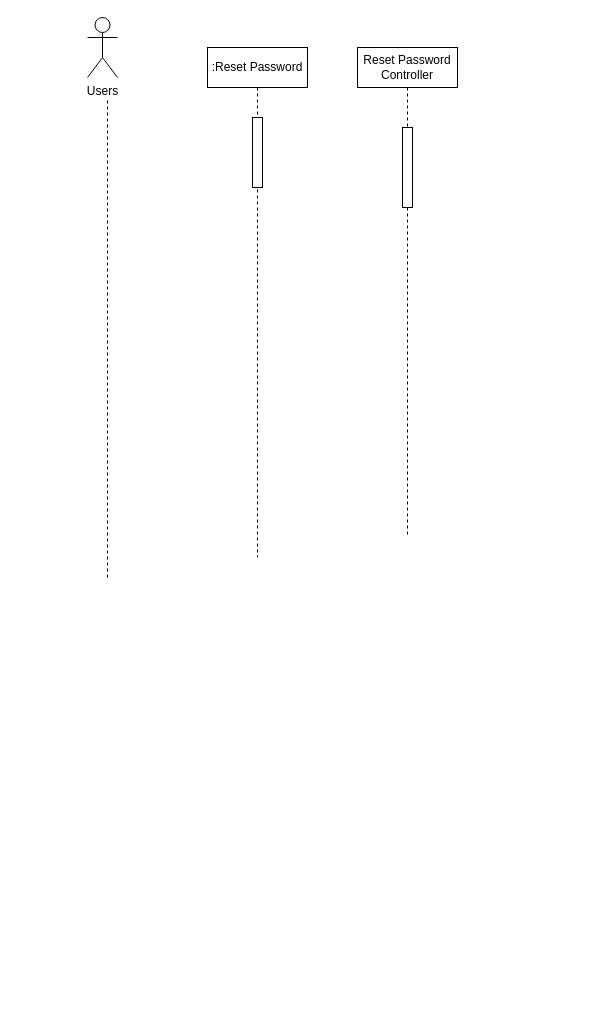
shamim36/Final-Defence-Diagram keeps this draw.io diagram as page "Reset Password" (4 of 15) of Sequence Diagram.drawio. Above is the earlier version. Source tidied: cells renumbered, new cells numbered last; positions are measured from the earlier drawing's top-left corner, leaving out a move shared by most shapes. Both pictures are drawn from the tidied source at 100%, with x=0, y=0 at pixel (87, 17).
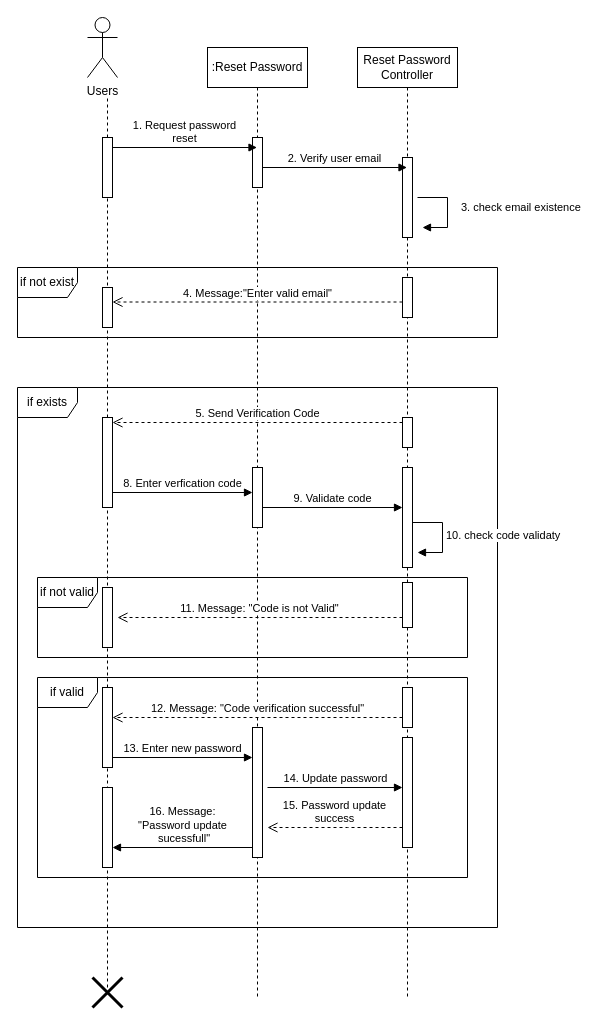
After the change.

The edit, as a diff of the source:
```diff
@@
     <mxCell id="2" value=":Reset Password" style="shape=umlLifeline;perimeter=lifelinePerimeter;whiteSpace=wrap;html=1;outlineConnect=0;portConstraint=eastwest;newEdgeStyle={&quot;edgeStyle&quot;:&quot;elbowEdgeStyle&quot;,&quot;elbow&quot;:&quot;vertical&quot;,&quot;curved&quot;:0,&quot;rounded&quot;:0};" parent="1" vertex="1">
-      <mxGeometry x="120" y="30" width="100" height="510" as="geometry" />
+      <mxGeometry x="120" y="30" width="100" height="950" as="geometry" />
     </mxCell>
     <mxCell id="3" style="html=1;perimeter=orthogonalPerimeter;targetShapes=umlLifeline;newEdgeStyle={&quot;edgeStyle&quot;:&quot;elbowEdgeStyle&quot;,&quot;elbow&quot;:&quot;vertical&quot;,&quot;curved&quot;:0,&quot;rounded&quot;:0};" parent="2" vertex="1">
-      <mxGeometry x="45" y="70" width="10" height="70" as="geometry" />
+      <mxGeometry x="45" y="90" width="10" height="50" as="geometry" />
     </mxCell>
     <mxCell id="4" value="Reset Password&lt;div&gt;Controller&lt;/div&gt;" style="shape=umlLifeline;perimeter=lifelinePerimeter;whiteSpace=wrap;html=1;newEdgeStyle={&quot;edgeStyle&quot;:&quot;elbowEdgeStyle&quot;,&quot;elbow&quot;:&quot;vertical&quot;,&quot;curved&quot;:0,&quot;rounded&quot;:0};" parent="1" vertex="1">
-      <mxGeometry x="270" y="30" width="100" height="490" as="geometry" />
+      <mxGeometry x="270" y="30" width="100" height="950" as="geometry" />
     </mxCell>
     <mxCell id="5" style="html=1;perimeter=orthogonalPerimeter;targetShapes=umlLifeline;newEdgeStyle={&quot;edgeStyle&quot;:&quot;elbowEdgeStyle&quot;,&quot;elbow&quot;:&quot;vertical&quot;,&quot;curved&quot;:0,&quot;rounded&quot;:0};" parent="4" vertex="1">
-      <mxGeometry x="45" y="80" width="10" height="80" as="geometry" />
+      <mxGeometry x="45" y="110" width="10" height="80" as="geometry" />
     </mxCell>
@@
-    <mxCell id="7" style="endArrow=none;dashed=1;html=1;rounded=0;" parent="1" edge="1">
+    <mxCell id="7" style="endArrow=none;dashed=1;html=1;rounded=0;" parent="1" edge="1" source="9">
       <mxGeometry relative="1" as="geometry">
-        <mxPoint x="20" y="560" as="sourcePoint" />
         <mxPoint x="20" y="80" as="targetPoint" />
       </mxGeometry>
     </mxCell>
+    <mxCell id="8" style="endArrow=none;dashed=1;html=1;rounded=0;" parent="1" edge="1" target="9">
+      <mxGeometry relative="1" as="geometry">
+        <mxPoint x="20" y="970" as="sourcePoint" />
+      </mxGeometry>
+    </mxCell>
+    <mxCell id="9" style="html=1;points=[[0,0,0,0,5],[0,1,0,0,-5],[1,0,0,0,5],[1,1,0,0,-5]];perimeter=orthogonalPerimeter;outlineConnect=0;targetShapes=umlLifeline;portConstraint=eastwest;newEdgeStyle={&quot;curved&quot;:0,&quot;rounded&quot;:0};" parent="1" vertex="1">
+      <mxGeometry x="15" y="120" width="10" height="60" as="geometry" />
+    </mxCell>
+    <mxCell id="10" value="1. Request password&lt;div&gt;reset&lt;/div&gt;" style="html=1;verticalAlign=bottom;endArrow=block;curved=0;rounded=0;" parent="1" edge="1" target="2">
+      <mxGeometry relative="1" as="geometry">
+        <mxPoint x="25" y="130" as="sourcePoint" />
+      </mxGeometry>
+    </mxCell>
+    <mxCell id="11" value="2. Verify user email" style="html=1;verticalAlign=bottom;endArrow=block;curved=0;rounded=0;" parent="1" edge="1">
+      <mxGeometry relative="1" as="geometry">
+        <mxPoint x="175" y="150" as="sourcePoint" />
+        <mxPoint x="319.5" y="150" as="targetPoint" />
+      </mxGeometry>
+    </mxCell>
+    <mxCell id="12" value="3. check email existence" style="html=1;align=left;spacingLeft=2;endArrow=block;rounded=0;edgeStyle=orthogonalEdgeStyle;curved=0;rounded=0;" parent="1" edge="1">
+      <mxGeometry x="-0.06" y="10" relative="1" as="geometry">
+        <mxPoint x="330" y="180" as="sourcePoint" />
+        <mxPoint x="335" y="210" as="targetPoint" />
+        <Array as="points">
+          <mxPoint x="360" y="210" />
+        </Array>
+      </mxGeometry>
+    </mxCell>
+    <mxCell id="13" value="if not exist" style="shape=umlFrame;whiteSpace=wrap;html=1;" parent="1" vertex="1">
+      <mxGeometry x="-70" y="250" width="480" height="70" as="geometry" />
+    </mxCell>
+    <mxCell id="14" style="html=1;perimeter=orthogonalPerimeter;targetShapes=umlLifeline;newEdgeStyle={&quot;curved&quot;:0,&quot;rounded&quot;:0};" parent="1" vertex="1">
+      <mxGeometry x="315" y="260" width="10" height="40" as="geometry" />
+    </mxCell>
+    <mxCell id="15" value="4. Message:&quot;Enter valid email&quot;" style="html=1;verticalAlign=bottom;endArrow=open;dashed=1;endSize=8;curved=0;rounded=0;" parent="1" edge="1" target="16">
+      <mxGeometry relative="1" as="geometry">
+        <mxPoint x="315" y="284.5" as="sourcePoint" />
+      </mxGeometry>
+    </mxCell>
+    <mxCell id="16" style="html=1;points=[[0,0,0,0,5],[0,1,0,0,-5],[1,0,0,0,5],[1,1,0,0,-5]];perimeter=orthogonalPerimeter;outlineConnect=0;targetShapes=umlLifeline;portConstraint=eastwest;newEdgeStyle={&quot;curved&quot;:0,&quot;rounded&quot;:0};" parent="1" vertex="1">
+      <mxGeometry x="15" y="270" width="10" height="40" as="geometry" />
+    </mxCell>
+    <mxCell id="17" value="if exists" style="shape=umlFrame;whiteSpace=wrap;html=1;" parent="1" vertex="1">
+      <mxGeometry x="-70" y="370" width="480" height="540" as="geometry" />
+    </mxCell>
+    <mxCell id="18" style="html=1;points=[[0,0,0,0,5],[0,1,0,0,-5],[1,0,0,0,5],[1,1,0,0,-5]];perimeter=orthogonalPerimeter;outlineConnect=0;targetShapes=umlLifeline;portConstraint=eastwest;newEdgeStyle={&quot;curved&quot;:0,&quot;rounded&quot;:0};" parent="1" vertex="1">
+      <mxGeometry x="315" y="400" width="10" height="30" as="geometry" />
+    </mxCell>
+    <mxCell id="19" value="5. Send Verification Code" style="html=1;verticalAlign=bottom;endArrow=open;dashed=1;endSize=8;curved=0;rounded=0;entryX=1;entryY=0;entryDx=0;entryDy=5;entryPerimeter=0;" parent="1" edge="1" source="18" target="20">
+      <mxGeometry relative="1" as="geometry" />
+    </mxCell>
+    <mxCell id="20" style="html=1;points=[[0,0,0,0,5],[0,1,0,0,-5],[1,0,0,0,5],[1,1,0,0,-5]];perimeter=orthogonalPerimeter;outlineConnect=0;targetShapes=umlLifeline;portConstraint=eastwest;newEdgeStyle={&quot;curved&quot;:0,&quot;rounded&quot;:0};" parent="1" vertex="1">
+      <mxGeometry x="15" y="400" width="10" height="90" as="geometry" />
+    </mxCell>
+    <mxCell id="21" value="8. Enter verfication code" style="html=1;verticalAlign=bottom;endArrow=block;curved=0;rounded=0;" parent="1" edge="1" target="22">
+      <mxGeometry relative="1" as="geometry">
+        <mxPoint x="25" y="475" as="sourcePoint" />
+      </mxGeometry>
+    </mxCell>
+    <mxCell id="22" style="html=1;points=[[0,0,0,0,5],[0,1,0,0,-5],[1,0,0,0,5],[1,1,0,0,-5]];perimeter=orthogonalPerimeter;outlineConnect=0;targetShapes=umlLifeline;portConstraint=eastwest;newEdgeStyle={&quot;curved&quot;:0,&quot;rounded&quot;:0};" parent="1" vertex="1">
+      <mxGeometry x="165" y="450" width="10" height="60" as="geometry" />
+    </mxCell>
+    <mxCell id="23" style="html=1;perimeter=orthogonalPerimeter;targetShapes=umlLifeline;newEdgeStyle={&quot;curved&quot;:0,&quot;rounded&quot;:0};" parent="1" vertex="1">
+      <mxGeometry x="315" y="450" width="10" height="100" as="geometry" />
+    </mxCell>
+    <mxCell id="24" value="9. Validate code" style="html=1;verticalAlign=bottom;endArrow=block;curved=0;rounded=0;" parent="1" edge="1">
+      <mxGeometry relative="1" as="geometry">
+        <mxPoint x="175" y="490" as="sourcePoint" />
+        <mxPoint x="315" y="490" as="targetPoint" />
+      </mxGeometry>
+    </mxCell>
+    <mxCell id="25" value="10. check code validaty" style="html=1;align=left;spacingLeft=2;endArrow=block;rounded=0;edgeStyle=orthogonalEdgeStyle;curved=0;rounded=0;" parent="1" edge="1">
+      <mxGeometry relative="1" as="geometry">
+        <mxPoint x="325" y="505" as="sourcePoint" />
+        <mxPoint x="330" y="535" as="targetPoint" />
+        <Array as="points">
+          <mxPoint x="355" y="535" />
+        </Array>
+      </mxGeometry>
+    </mxCell>
+    <mxCell id="26" value="if not valid" style="shape=umlFrame;whiteSpace=wrap;html=1;" parent="1" vertex="1">
+      <mxGeometry x="-50" y="560" width="430" height="80" as="geometry" />
+    </mxCell>
+    <mxCell id="27" style="html=1;points=[[0,0,0,0,5],[0,1,0,0,-5],[1,0,0,0,5],[1,1,0,0,-5]];perimeter=orthogonalPerimeter;outlineConnect=0;targetShapes=umlLifeline;portConstraint=eastwest;newEdgeStyle={&quot;curved&quot;:0,&quot;rounded&quot;:0};" parent="1" vertex="1">
+      <mxGeometry x="315" y="565" width="10" height="45" as="geometry" />
+    </mxCell>
+    <mxCell id="28" style="html=1;perimeter=orthogonalPerimeter;targetShapes=umlLifeline;newEdgeStyle={&quot;curved&quot;:0,&quot;rounded&quot;:0};" parent="1" vertex="1">
+      <mxGeometry x="15" y="570" width="10" height="60" as="geometry" />
+    </mxCell>
+    <mxCell id="29" value="if valid" style="shape=umlFrame;whiteSpace=wrap;html=1;" parent="1" vertex="1">
+      <mxGeometry x="-50" y="660" width="430" height="200" as="geometry" />
+    </mxCell>
+    <mxCell id="30" style="html=1;perimeter=orthogonalPerimeter;targetShapes=umlLifeline;newEdgeStyle={&quot;curved&quot;:0,&quot;rounded&quot;:0};" parent="1" vertex="1">
+      <mxGeometry x="315" y="670" width="10" height="40" as="geometry" />
+    </mxCell>
+    <mxCell id="31" style="html=1;points=[[0,0,0,0,5],[0,1,0,0,-5],[1,0,0,0,5],[1,1,0,0,-5]];perimeter=orthogonalPerimeter;outlineConnect=0;targetShapes=umlLifeline;portConstraint=eastwest;newEdgeStyle={&quot;curved&quot;:0,&quot;rounded&quot;:0};" parent="1" vertex="1">
+      <mxGeometry x="15" y="670" width="10" height="80" as="geometry" />
+    </mxCell>
+    <mxCell id="32" value="12. Message: &quot;Code verification successful&quot;" style="html=1;verticalAlign=bottom;endArrow=open;dashed=1;endSize=8;curved=0;rounded=0;" parent="1" edge="1" target="31">
+      <mxGeometry relative="1" as="geometry">
+        <mxPoint x="315" y="700" as="sourcePoint" />
+      </mxGeometry>
+    </mxCell>
+    <mxCell id="33" value="11. Message: &quot;Code is not Valid&quot;" style="html=1;verticalAlign=bottom;endArrow=open;dashed=1;endSize=8;curved=0;rounded=0;" parent="1" edge="1" source="27">
+      <mxGeometry relative="1" as="geometry">
+        <mxPoint x="30" y="600" as="targetPoint" />
+      </mxGeometry>
+    </mxCell>
+    <mxCell id="34" style="html=1;perimeter=orthogonalPerimeter;targetShapes=umlLifeline;newEdgeStyle={&quot;curved&quot;:0,&quot;rounded&quot;:0};" parent="1" vertex="1">
+      <mxGeometry x="165" y="710" width="10" height="130" as="geometry" />
+    </mxCell>
+    <mxCell id="35" value="13. Enter new password" style="html=1;verticalAlign=bottom;endArrow=block;curved=0;rounded=0;" parent="1" edge="1">
+      <mxGeometry relative="1" as="geometry">
+        <mxPoint x="25" y="740" as="sourcePoint" />
+        <mxPoint x="165" y="740" as="targetPoint" />
+      </mxGeometry>
+    </mxCell>
+    <mxCell id="36" style="html=1;points=[[0,0,0,0,5],[0,1,0,0,-5],[1,0,0,0,5],[1,1,0,0,-5]];perimeter=orthogonalPerimeter;outlineConnect=0;targetShapes=umlLifeline;portConstraint=eastwest;newEdgeStyle={&quot;curved&quot;:0,&quot;rounded&quot;:0};" parent="1" vertex="1">
+      <mxGeometry x="315" y="720" width="10" height="110" as="geometry" />
+    </mxCell>
+    <mxCell id="37" value="14. Update password" style="html=1;verticalAlign=bottom;endArrow=block;curved=0;rounded=0;" parent="1" edge="1" target="36">
+      <mxGeometry relative="1" as="geometry">
+        <mxPoint x="180" y="770" as="sourcePoint" />
+      </mxGeometry>
+    </mxCell>
+    <mxCell id="38" style="html=1;perimeter=orthogonalPerimeter;targetShapes=umlLifeline;newEdgeStyle={&quot;curved&quot;:0,&quot;rounded&quot;:0};" parent="1" vertex="1">
+      <mxGeometry x="15" y="770" width="10" height="80" as="geometry" />
+    </mxCell>
+    <mxCell id="39" value="15. Password update&lt;div&gt;success&lt;/div&gt;" style="html=1;verticalAlign=bottom;endArrow=open;dashed=1;endSize=8;curved=0;rounded=0;" parent="1" edge="1">
+      <mxGeometry relative="1" as="geometry">
+        <mxPoint x="315" y="810" as="sourcePoint" />
+        <mxPoint x="180" y="810" as="targetPoint" />
+        <Array as="points">
+          <mxPoint x="260" y="810" />
+        </Array>
+      </mxGeometry>
+    </mxCell>
+    <mxCell id="40" value="16. Message:&lt;div&gt;&quot;Password update&lt;/div&gt;&lt;div&gt;&amp;nbsp;sucessfull&quot;&lt;/div&gt;" style="html=1;verticalAlign=bottom;endArrow=block;curved=0;rounded=0;" parent="1" edge="1">
+      <mxGeometry relative="1" as="geometry">
+        <mxPoint x="165" y="830" as="sourcePoint" />
+        <mxPoint x="25" y="830" as="targetPoint" />
+      </mxGeometry>
+    </mxCell>
+    <mxCell id="41" style="shape=umlDestroy;whiteSpace=wrap;html=1;strokeWidth=3;targetShapes=umlLifeline;" parent="1" vertex="1">
+      <mxGeometry x="5" y="960" width="30" height="30" as="geometry" />
+    </mxCell>
```
